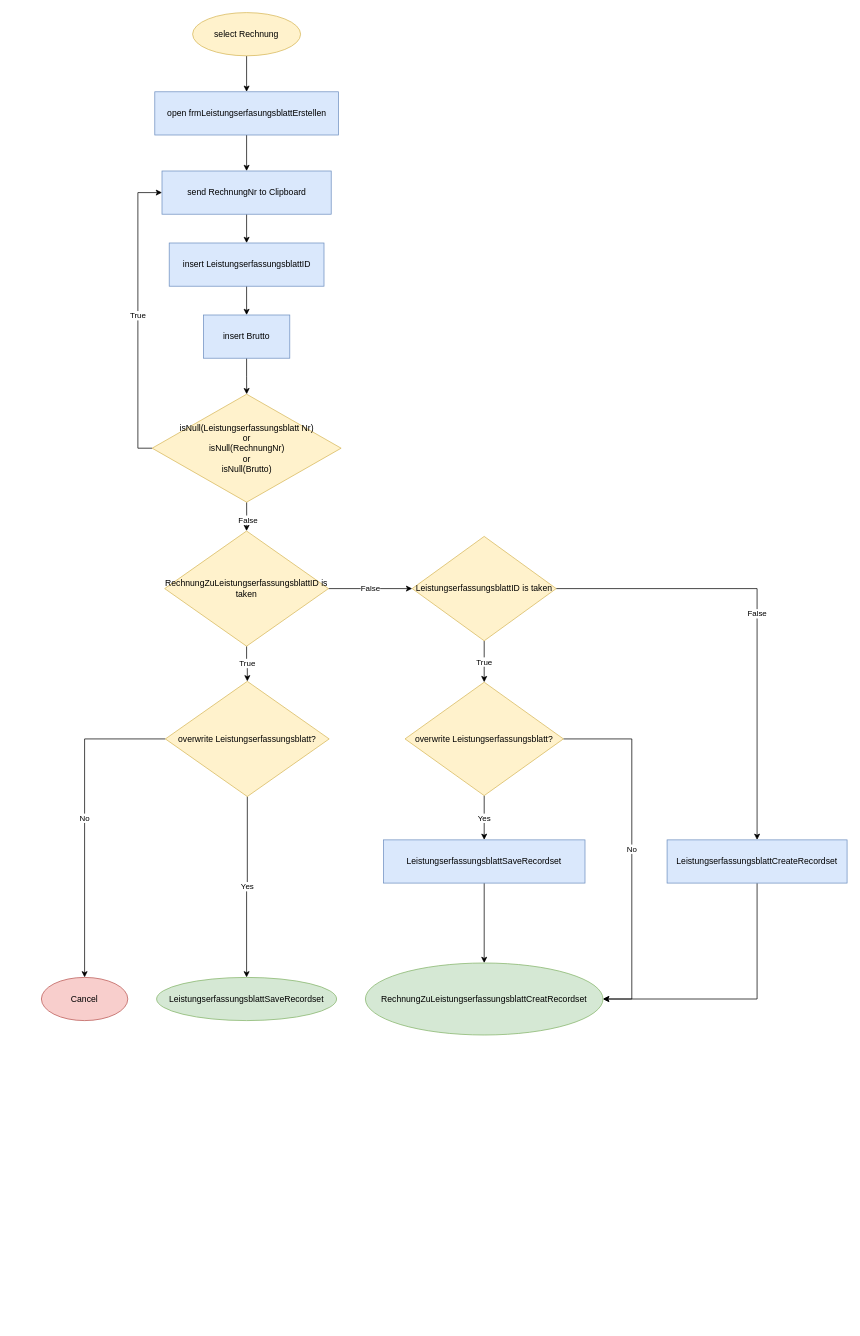
Before: Workflows/LeistungserfassungsblattErstellenFlow.drawio in h4g3n-J/U1jOD0JGuV, a draw.io diagram. Source tidied: cells renumbered, new cells numbered last; positions are measured from the earlier drawing's top-left corner, leaving out a move shared by most shapes. Both pictures are drawn from the tidied source at 72%, with x=0, y=0 at pixel (41, 12).
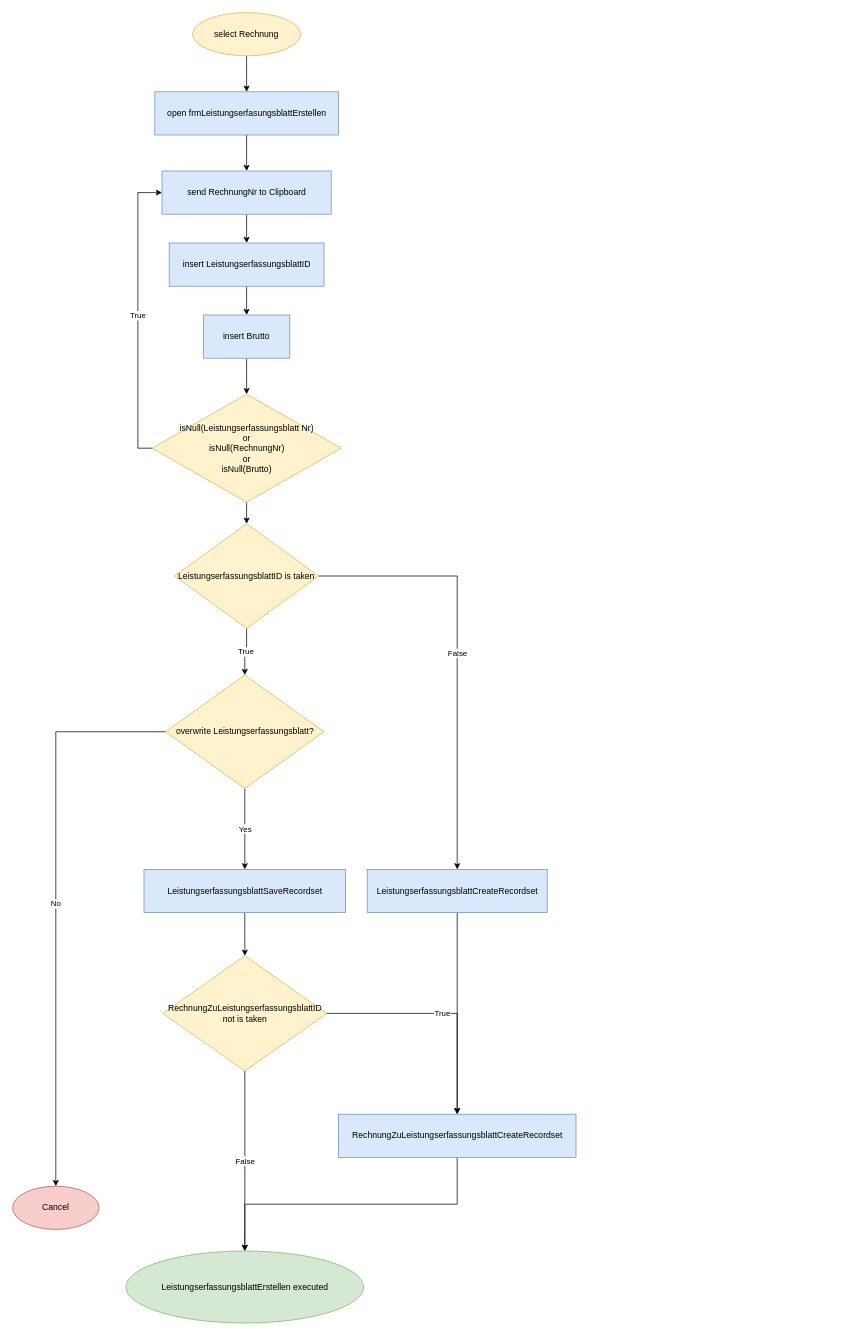
After the change.

Commit message:
reworked workflow

Unchanged cells that the change refers to:
```xml
<mxCell id="15" value="isNull(Leistungserfassungsblatt Nr)&lt;br&gt;or&lt;br&gt;isNull(RechnungNr) &lt;br&gt;or&lt;br&gt;isNull(Brutto)" style="rhombus;whiteSpace=wrap;html=1;fillColor=#fff2cc;strokeColor=#d6b656;fontColor=#000000;" parent="1" vertex="1">
  <mxGeometry x="153.8" y="530" width="262.5" height="150" as="geometry" />
</mxCell>
```

What changed in the source:
```diff
@@
-    <mxCell id="12" style="edgeStyle=orthogonalEdgeStyle;rounded=0;jettySize=auto;html=1;exitX=0.5;exitY=1;exitDx=0;exitDy=0;entryX=0.5;entryY=0;entryDx=0;entryDy=0;" parent="1" edge="1" source="15" target="18">
-      <mxGeometry relative="1" as="geometry" />
-    </mxCell>
-    <mxCell id="13" value="False" style="edgeLabel;html=1;align=center;verticalAlign=middle;labelBackgroundColor=#FFFFFF;fontColor=#000000;" parent="12" vertex="1">
-      <mxGeometry x="0.25" y="2" relative="1" as="geometry" />
-    </mxCell>
@@
+    <mxCell id="35" style="edgeStyle=orthogonalEdgeStyle;rounded=0;jettySize=auto;html=1;exitX=0.5;exitY=1;exitDx=0;exitDy=0;entryX=0.5;entryY=0;entryDx=0;entryDy=0;" parent="1" edge="1" source="15" target="21">
+      <mxGeometry relative="1" as="geometry" />
+    </mxCell>
@@
-    <mxCell id="16" value="False" style="edgeStyle=orthogonalEdgeStyle;rounded=0;jettySize=auto;html=1;labelBackgroundColor=#FFFFFF;fontColor=#000000;" parent="1" edge="1" source="18" target="21">
-      <mxGeometry relative="1" as="geometry" />
-    </mxCell>
-    <mxCell id="17" value="True" style="edgeStyle=orthogonalEdgeStyle;rounded=0;jettySize=auto;html=1;align=center;verticalAlign=middle;labelBackgroundColor=#FFFFFF;fontColor=#000000;" parent="1" edge="1" source="18" target="32">
+    <mxCell id="17" value="True" style="edgeStyle=orthogonalEdgeStyle;rounded=0;jettySize=auto;html=1;exitX=1;exitY=0.5;exitDx=0;exitDy=0;entryX=0.5;entryY=0;entryDx=0;entryDy=0;" parent="1" edge="1" source="18" target="41">
       <mxGeometry relative="1" as="geometry" />
     </mxCell>
+    <mxCell id="36" value="False" style="edgeStyle=orthogonalEdgeStyle;rounded=0;jettySize=auto;html=1;exitX=0.5;exitY=1;exitDx=0;exitDy=0;entryX=0.5;entryY=0;entryDx=0;entryDy=0;" parent="1" edge="1" source="18" target="29">
+      <mxGeometry relative="1" as="geometry" />
+    </mxCell>
-    <mxCell id="18" value="RechnungZuLeistungserfassungsblattID is taken" style="rhombus;whiteSpace=wrap;html=1;strokeColor=#d6b656;fillColor=#fff2cc;fontColor=#000000;" parent="1" vertex="1">
-      <mxGeometry x="171.2" y="720" width="227.5" height="160" as="geometry" />
+    <mxCell id="18" value="RechnungZuLeistungserfassungsblattID not is taken" style="rhombus;whiteSpace=wrap;html=1;strokeColor=#d6b656;fillColor=#fff2cc;fontColor=#000000;" parent="1" vertex="1">
+      <mxGeometry x="168.8" y="1310" width="227.5" height="160" as="geometry" />
     </mxCell>
+    <mxCell id="20" value="True" style="edgeStyle=orthogonalEdgeStyle;rounded=0;jettySize=auto;html=1;labelBackgroundColor=#FFFFFF;fontColor=#000000;" parent="1" edge="1" source="21" target="26">
+      <mxGeometry relative="1" as="geometry" />
+    </mxCell>
-    <mxCell id="19" value="False" style="edgeStyle=orthogonalEdgeStyle;rounded=0;jettySize=auto;html=1;labelBackgroundColor=#FFFFFF;fontColor=#000000;" parent="1" edge="1" source="21" target="23">
+    <mxCell id="19" value="False" style="edgeStyle=orthogonalEdgeStyle;rounded=0;jettySize=auto;html=1;exitX=1;exitY=0.5;exitDx=0;exitDy=0;entryX=0.5;entryY=0;entryDx=0;entryDy=0;" parent="1" edge="1" source="21" target="23">
       <mxGeometry relative="1" as="geometry" />
     </mxCell>
-    <mxCell id="20" value="True" style="edgeStyle=orthogonalEdgeStyle;rounded=0;jettySize=auto;html=1;labelBackgroundColor=#FFFFFF;fontColor=#000000;" parent="1" edge="1" source="21" target="26">
-      <mxGeometry relative="1" as="geometry" />
-    </mxCell>
     <mxCell id="21" value="LeistungserfassungsblattID is taken" style="rhombus;whiteSpace=wrap;html=1;strokeColor=#d6b656;fillColor=#fff2cc;fontColor=#000000;" parent="1" vertex="1">
-      <mxGeometry x="515" y="727.5" width="200" height="145" as="geometry" />
+      <mxGeometry x="185" y="710" width="200" height="145" as="geometry" />
     </mxCell>
-    <mxCell id="22" style="edgeStyle=orthogonalEdgeStyle;rounded=0;jettySize=auto;html=1;entryX=1;entryY=0.5;entryDx=0;entryDy=0;fontColor=#000000;align=center;verticalAlign=middle;" parent="1" edge="1" source="23" target="29">
-      <mxGeometry relative="1" as="geometry">
-        <Array as="points">
-          <mxPoint x="994" y="1370" />
-        </Array>
-      </mxGeometry>
-    </mxCell>
+    <mxCell id="37" style="edgeStyle=orthogonalEdgeStyle;rounded=0;jettySize=auto;html=1;exitX=0.5;exitY=1;exitDx=0;exitDy=0;entryX=0.5;entryY=0;entryDx=0;entryDy=0;" parent="1" edge="1" source="23" target="41">
+      <mxGeometry relative="1" as="geometry" />
+    </mxCell>
     <mxCell id="23" value="LeistungserfassungsblattCreateRecordset" style="whiteSpace=wrap;html=1;strokeColor=#6c8ebf;fillColor=#dae8fc;fontColor=#000000;" parent="1" vertex="1">
-      <mxGeometry x="869" y="1149" width="250" height="60" as="geometry" />
+      <mxGeometry x="452.5" y="1190" width="250" height="60" as="geometry" />
     </mxCell>
@@
-    <mxCell id="25" value="No" style="edgeStyle=orthogonalEdgeStyle;rounded=0;jettySize=auto;html=1;entryX=1;entryY=0.5;entryDx=0;entryDy=0;align=center;verticalAlign=middle;fontColor=#000000;labelBackgroundColor=#FFFFFF;" parent="1" edge="1" source="26" target="29">
-      <mxGeometry relative="1" as="geometry">
-        <Array as="points">
-          <mxPoint x="820" y="1009" />
-          <mxPoint x="820" y="1370" />
-        </Array>
-      </mxGeometry>
-    </mxCell>
+    <mxCell id="38" value="No" style="edgeStyle=orthogonalEdgeStyle;rounded=0;jettySize=auto;html=1;entryX=0.5;entryY=0;entryDx=0;entryDy=0;" parent="1" edge="1" source="26" target="33">
+      <mxGeometry relative="1" as="geometry" />
+    </mxCell>
     <mxCell id="26" value="overwrite Leistungserfassungsblatt?" style="rhombus;whiteSpace=wrap;html=1;strokeColor=#d6b656;fillColor=#fff2cc;fontColor=#000000;" parent="1" vertex="1">
-      <mxGeometry x="505" y="930" width="220" height="157.5" as="geometry" />
+      <mxGeometry x="172.5" y="920" width="220" height="157.5" as="geometry" />
     </mxCell>
-    <mxCell id="27" style="edgeStyle=orthogonalEdgeStyle;rounded=0;jettySize=auto;html=1;fontColor=#000000;" parent="1" edge="1" source="28" target="29">
-      <mxGeometry relative="1" as="geometry" />
-    </mxCell>
+    <mxCell id="39" style="edgeStyle=orthogonalEdgeStyle;rounded=0;jettySize=auto;html=1;entryX=0.5;entryY=0;entryDx=0;entryDy=0;" parent="1" edge="1" source="28" target="18">
+      <mxGeometry relative="1" as="geometry" />
+    </mxCell>
     <mxCell id="28" value="LeistungserfassungsblattSaveRecordset" style="whiteSpace=wrap;html=1;strokeColor=#6c8ebf;fillColor=#dae8fc;fontColor=#000000;" parent="1" vertex="1">
-      <mxGeometry x="475" y="1149" width="280" height="60" as="geometry" />
+      <mxGeometry x="142.5" y="1190" width="280" height="60" as="geometry" />
     </mxCell>
-    <mxCell id="29" value="RechnungZuLeistungserfassungsblattCreatRecordset" style="ellipse;whiteSpace=wrap;html=1;strokeColor=#82b366;fillColor=#d5e8d4;fontColor=#000000;" parent="1" vertex="1">
-      <mxGeometry x="450" y="1320" width="330" height="100" as="geometry" />
+    <mxCell id="29" value="LeistungserfassungsblattErstellen executed" style="ellipse;whiteSpace=wrap;html=1;strokeColor=#82b366;fillColor=#d5e8d4;fontColor=#000000;" parent="1" vertex="1">
+      <mxGeometry x="117.5" y="1720" width="330" height="100" as="geometry" />
     </mxCell>
-    <mxCell id="30" value="No" style="edgeStyle=orthogonalEdgeStyle;rounded=0;jettySize=auto;html=1;align=center;verticalAlign=middle;labelBackgroundColor=#FFFFFF;fontColor=#000000;" parent="1" edge="1" source="32" target="33">
-      <mxGeometry relative="1" as="geometry" />
-    </mxCell>
-    <mxCell id="31" value="Yes" style="edgeStyle=orthogonalEdgeStyle;rounded=0;jettySize=auto;html=1;align=center;verticalAlign=middle;labelBackgroundColor=#FFFFFF;fontColor=#000000;" parent="1" edge="1" source="32" target="34">
-      <mxGeometry relative="1" as="geometry" />
-    </mxCell>
-    <mxCell id="32" value="overwrite Leistungserfassungsblatt?" style="rhombus;whiteSpace=wrap;html=1;strokeColor=#d6b656;fillColor=#fff2cc;fontColor=#000000;" parent="1" vertex="1">
-      <mxGeometry x="172.2" y="928.8" width="227.5" height="160" as="geometry" />
-    </mxCell>
     <mxCell id="33" value="Cancel" style="ellipse;whiteSpace=wrap;html=1;strokeColor=#b85450;fillColor=#f8cecc;fontColor=#000000;" parent="1" vertex="1">
-      <mxGeometry y="1340" width="120" height="60" as="geometry" />
+      <mxGeometry x="-40" y="1630" width="120" height="60" as="geometry" />
     </mxCell>
-    <mxCell id="34" value="LeistungserfassungsblattSaveRecordset" style="ellipse;whiteSpace=wrap;html=1;strokeColor=#82b366;fillColor=#d5e8d4;fontColor=#000000;" parent="1" vertex="1">
-      <mxGeometry x="160" y="1340" width="250" height="60" as="geometry" />
-    </mxCell>
+    <mxCell id="40" style="edgeStyle=orthogonalEdgeStyle;rounded=0;jettySize=auto;html=1;exitX=0.5;exitY=1;exitDx=0;exitDy=0;entryX=0.5;entryY=0;entryDx=0;entryDy=0;" parent="1" edge="1" source="41" target="29">
+      <mxGeometry relative="1" as="geometry" />
+    </mxCell>
+    <mxCell id="41" value="RechnungZuLeistungserfassungsblattCreateRecordset" style="whiteSpace=wrap;html=1;strokeColor=#6c8ebf;fillColor=#dae8fc;fontColor=#000000;" parent="1" vertex="1">
+      <mxGeometry x="412.5" y="1530" width="330" height="60" as="geometry" />
+    </mxCell>
```
